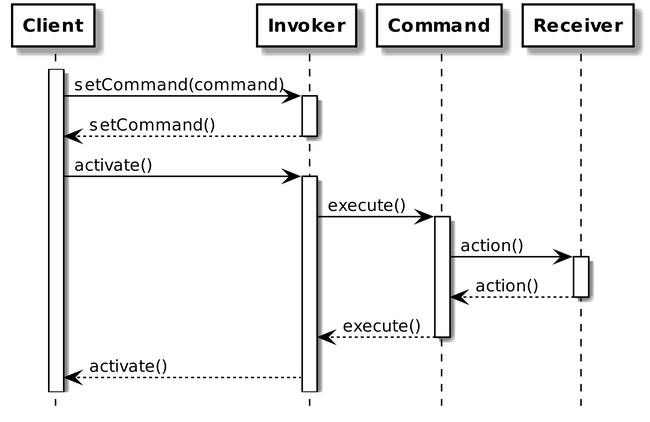
The PlantUML diagram patterns/general/command/uml/command_sequenceDiagram.png in HSGNHR/POS, before a commit.
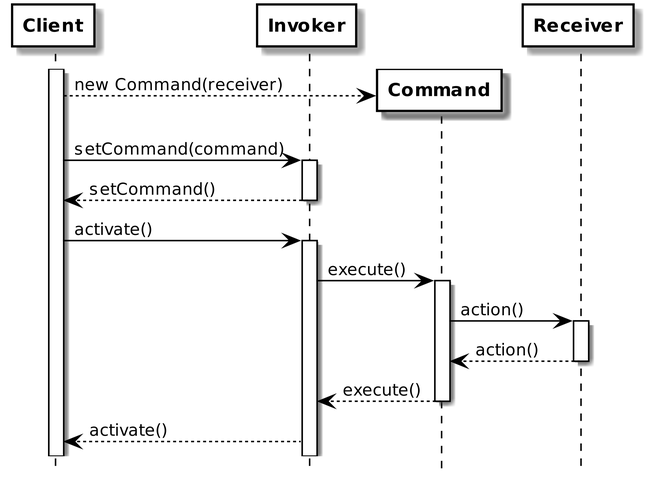
After the change.

Diff of the diagram source:
```diff
@@ -70,8 +70,14 @@
 hide footbox
 hide circle
 
+create Client
+create Invoker
+create Command
+create Receiver
 
 activate Client
+create Command
+Client --> Command : new Command(receiver)
 Client -> Invoker : setCommand(command)
 activate Invoker
 Client <-- Invoker : setCommand()
```
